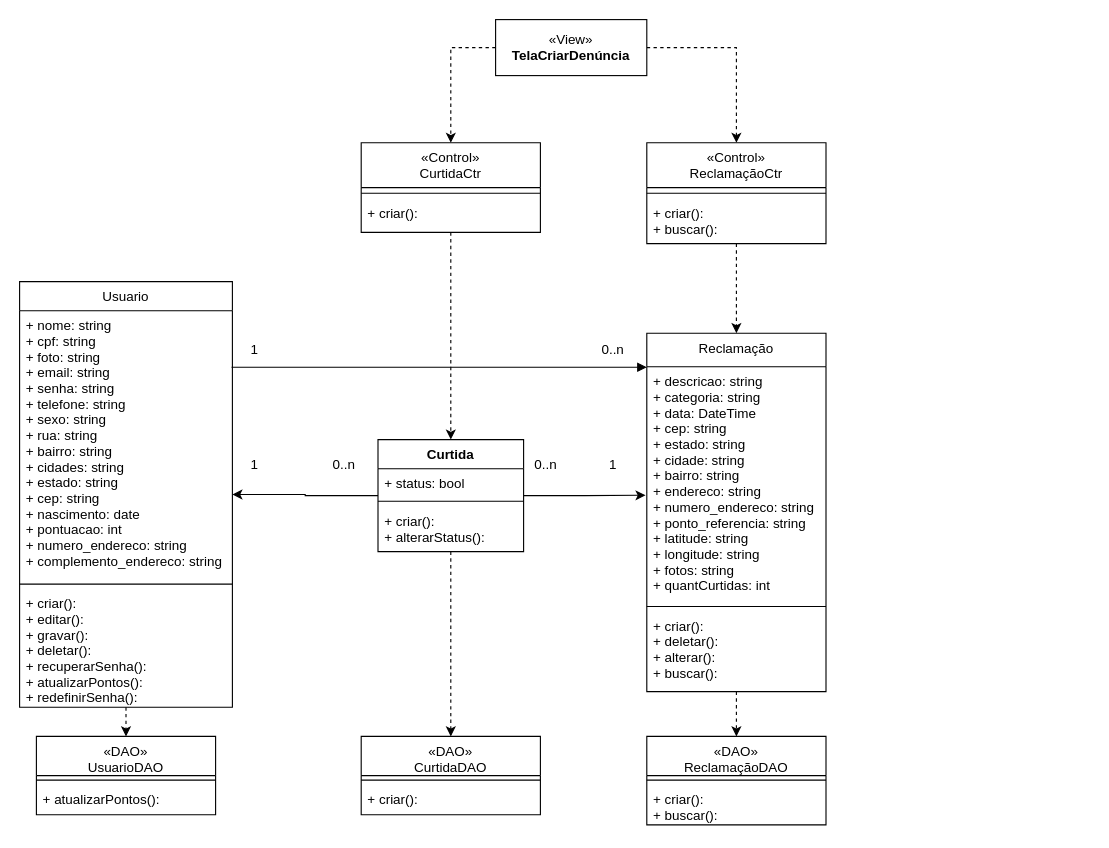
The draw.io diagram Documentação/Diagramas/Diagramas de Casos de Uso/Diagrama de Caso de Uso Criar Denuncia.drawio in frsouzaa/Documentacao-TCC-NossaVia, before the edit. Source tidied: cells renumbered, new cells numbered last; positions are measured from the earlier drawing's top-left corner, leaving out a move shared by most shapes. Both pictures are drawn from the tidied source at 112%, with x=0, y=0 at pixel (19, 19).
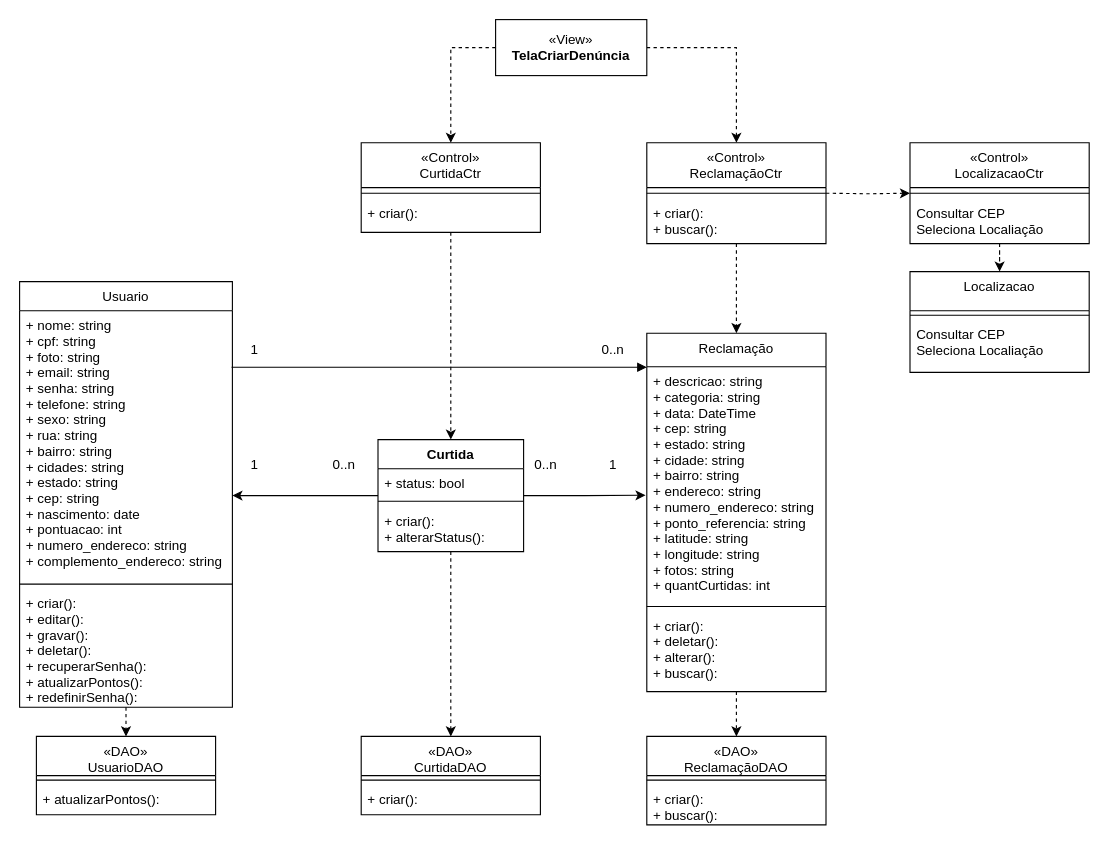
Above is the later version.

Unchanged cells that the change refers to:
```xml
<mxCell id="7" value="Usuario" style="swimlane;fontStyle=0;align=center;verticalAlign=top;horizontal=1;startSize=26;rounded=0;shadow=0;strokeWidth=1;" parent="1" vertex="1">
  <mxGeometry y="234" width="190" height="380" as="geometry" />
</mxCell>
<mxCell id="35" value="Curtida" style="swimlane;fontStyle=1;align=center;verticalAlign=top;horizontal=1;startSize=26;whiteSpace=wrap;html=1;" parent="1" vertex="1">
  <mxGeometry x="320" y="375" width="130" height="100" as="geometry" />
</mxCell>
```

What changed in the source:
```diff
@@
     <mxCell id="34" style="edgeStyle=orthogonalEdgeStyle;rounded=0;jettySize=auto;html=1;" parent="1" edge="1" source="35" target="7">
-      <mxGeometry relative="1" as="geometry" />
+      <mxGeometry relative="1" as="geometry">
+        <Array as="points">
+          <mxPoint x="230" y="425" />
+          <mxPoint x="230" y="425" />
+        </Array>
+      </mxGeometry>
     </mxCell>
@@
+    <mxCell id="46" value="«Control»&#10;LocalizacaoCtr" style="swimlane;fontStyle=0;align=center;verticalAlign=top;horizontal=1;startSize=40;rounded=0;shadow=0;strokeWidth=1;" parent="1" vertex="1">
+      <mxGeometry x="795" y="110" width="160" height="90" as="geometry" />
+    </mxCell>
+    <mxCell id="47" style="line;html=1;strokeWidth=1;align=left;verticalAlign=middle;spacingTop=-1;spacingLeft=3;spacingRight=3;labelPosition=right;" parent="46" vertex="1">
+      <mxGeometry y="40" width="160" height="10" as="geometry" />
+    </mxCell>
+    <mxCell id="48" value="Consultar CEP&#10;Seleciona Localiação" style="text;align=left;verticalAlign=top;spacingLeft=4;spacingRight=4;overflow=hidden;" parent="46" vertex="1">
+      <mxGeometry y="50" width="160" height="40" as="geometry" />
+    </mxCell>
+    <mxCell id="49" value="Localizacao" style="swimlane;fontStyle=0;align=center;verticalAlign=top;horizontal=1;startSize=35;rounded=0;shadow=0;strokeWidth=1;" parent="1" vertex="1">
+      <mxGeometry x="795" y="225" width="160" height="90" as="geometry" />
+    </mxCell>
+    <mxCell id="50" style="line;html=1;strokeWidth=1;align=left;verticalAlign=middle;spacingTop=-1;spacingLeft=3;spacingRight=3;labelPosition=right;" parent="49" vertex="1">
+      <mxGeometry y="35" width="160" height="8" as="geometry" />
+    </mxCell>
+    <mxCell id="51" value="Consultar CEP&#10;Seleciona Localiação" style="text;align=left;verticalAlign=top;spacingLeft=4;spacingRight=4;overflow=hidden;" parent="49" vertex="1">
+      <mxGeometry y="43" width="160" height="47" as="geometry" />
+    </mxCell>
+    <mxCell id="52" style="edgeStyle=orthogonalEdgeStyle;rounded=0;jettySize=auto;html=1;exitX=1;exitY=0.5;exitDx=0;exitDy=0;dashed=1;entryX=0;entryY=0.5;entryDx=0;entryDy=0;" parent="1" edge="1" target="46">
+      <mxGeometry relative="1" as="geometry">
+        <mxPoint x="720" y="155" as="sourcePoint" />
+      </mxGeometry>
+    </mxCell>
+    <mxCell id="53" style="edgeStyle=orthogonalEdgeStyle;rounded=0;jettySize=auto;html=1;dashed=1;entryX=0.5;entryY=0;entryDx=0;entryDy=0;" parent="1" edge="1" source="46" target="49">
+      <mxGeometry relative="1" as="geometry" />
+    </mxCell>
```
